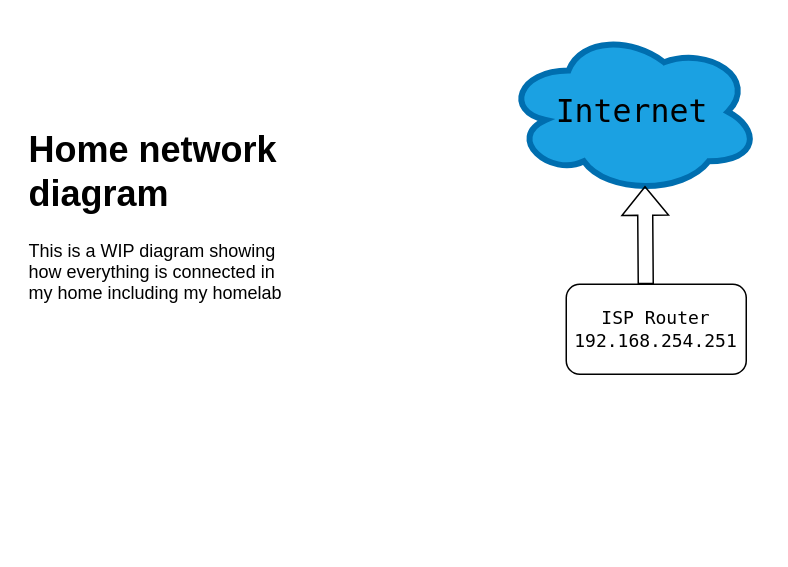
Earlier version of the draw.io diagram info/Network.drawio (AndreansxTech/Routing-in-the-stars). Source tidied: cells renumbered, new cells numbered last; positions are measured from the earlier drawing's top-left corner, leaving out a move shared by most shapes. Both pictures are drawn from the tidied source at 150%, with x=0, y=0 at pixel (26, 28).
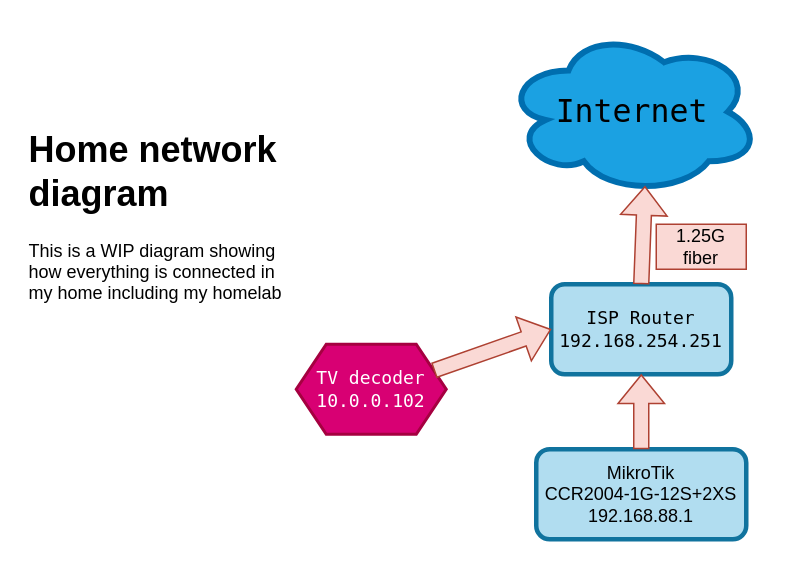
After the change.

Diff of the diagram source:
```diff
@@
 <mxGraphModel>
   <root>
     <mxCell id="0" />
     <mxCell id="1" parent="0" />
     <mxCell id="2" value="&lt;h1 style=&quot;margin-top: 0px;&quot;&gt;Home network diagram&lt;/h1&gt;&lt;p&gt;This is a WIP diagram showing how everything is connected in my home including my homelab&lt;/p&gt;" style="text;html=1;whiteSpace=wrap;overflow=hidden;rounded=0;" parent="1" vertex="1">
       <mxGeometry y="60" width="180" height="140" as="geometry" />
     </mxCell>
-    <mxCell id="3" value="ISP Router&lt;div&gt;192.168.254.251&lt;/div&gt;" style="rounded=1;whiteSpace=wrap;html=1;fontFamily=Lucida Console;" parent="1" vertex="1">
-      <mxGeometry x="360" y="170" width="120" height="60" as="geometry" />
+    <mxCell id="3" value="ISP Router&lt;div&gt;192.168.254.251&lt;/div&gt;" style="rounded=1;whiteSpace=wrap;html=1;fontFamily=Lucida Console;fillColor=#b1ddf0;strokeColor=#10739e;strokeWidth=3;" parent="1" vertex="1">
+      <mxGeometry x="350" y="170" width="120" height="60" as="geometry" />
     </mxCell>
     <mxCell id="4" style="ellipse;shape=cloud;whiteSpace=wrap;html=1;fillColor=#1ba1e2;strokeColor=#006EAF;strokeWidth=4;fontColor=#ffffff;" parent="1" vertex="1">
       <mxGeometry x="319" width="170" height="110" as="geometry" />
     </mxCell>
     <mxCell id="5" value="Internet" style="text;html=1;align=center;verticalAlign=middle;whiteSpace=wrap;rounded=0;fontFamily=Lucida Console;fontSize=21;labelBackgroundColor=none;" parent="1" vertex="1">
       <mxGeometry x="374" y="40" width="60" height="30" as="geometry" />
     </mxCell>
-    <mxCell id="6" style="shape=flexArrow;endArrow=classic;html=1;rounded=0;entryX=0.55;entryY=0.95;entryDx=0;entryDy=0;entryPerimeter=0;" parent="1" edge="1" target="4">
-      <mxGeometry relative="1" as="geometry">
-        <mxPoint x="413" y="170" as="sourcePoint" />
-      </mxGeometry>
+    <mxCell id="6" style="shape=flexArrow;endArrow=classic;html=1;rounded=0;entryX=0.55;entryY=0.95;entryDx=0;entryDy=0;entryPerimeter=0;exitX=0.5;exitY=0;exitDx=0;exitDy=0;fillColor=#fad9d5;strokeColor=#ae4132;" parent="1" edge="1" source="3" target="4">
+      <mxGeometry relative="1" as="geometry" />
     </mxCell>
+    <mxCell id="7" value="&lt;font face=&quot;Lucida Console&quot;&gt;TV decoder&lt;/font&gt;&lt;div&gt;&lt;font face=&quot;Lucida Console&quot;&gt;10.0.0.102&lt;/font&gt;&lt;/div&gt;" style="shape=hexagon;perimeter=hexagonPerimeter2;whiteSpace=wrap;html=1;fixedSize=1;fillColor=#d80073;fontColor=#ffffff;strokeColor=#A50040;strokeWidth=2;" parent="1" vertex="1">
+      <mxGeometry x="180" y="210" width="100" height="60" as="geometry" />
+    </mxCell>
+    <mxCell id="8" style="shape=flexArrow;endArrow=classic;html=1;rounded=0;exitX=1;exitY=0.25;exitDx=0;exitDy=0;entryX=0;entryY=0.5;entryDx=0;entryDy=0;fillColor=#fad9d5;strokeColor=#ae4132;" parent="1" edge="1" source="7" target="3">
+      <mxGeometry relative="1" as="geometry" />
+    </mxCell>
+    <mxCell id="9" value="MikroTik&lt;div&gt;CCR2004-1G-12S+2XS&lt;/div&gt;&lt;div&gt;192.168.88.1&lt;/div&gt;" style="rounded=1;whiteSpace=wrap;html=1;fillColor=#b1ddf0;strokeColor=#10739e;strokeWidth=3;" parent="1" vertex="1">
+      <mxGeometry x="340" y="280" width="140" height="60" as="geometry" />
+    </mxCell>
+    <mxCell id="10" style="shape=flexArrow;endArrow=classic;html=1;rounded=0;exitX=0.5;exitY=0;exitDx=0;exitDy=0;entryX=0.5;entryY=1;entryDx=0;entryDy=0;fillColor=#fad9d5;strokeColor=#ae4132;" parent="1" edge="1" source="9" target="3">
+      <mxGeometry relative="1" as="geometry" />
+    </mxCell>
+    <mxCell id="11" value="1.25G fiber" style="text;html=1;align=center;verticalAlign=middle;whiteSpace=wrap;rounded=0;fillColor=#fad9d5;strokeColor=#ae4132;" parent="1" vertex="1">
+      <mxGeometry x="420" y="130" width="60" height="30" as="geometry" />
+    </mxCell>
   </root>
 </mxGraphModel>
```
